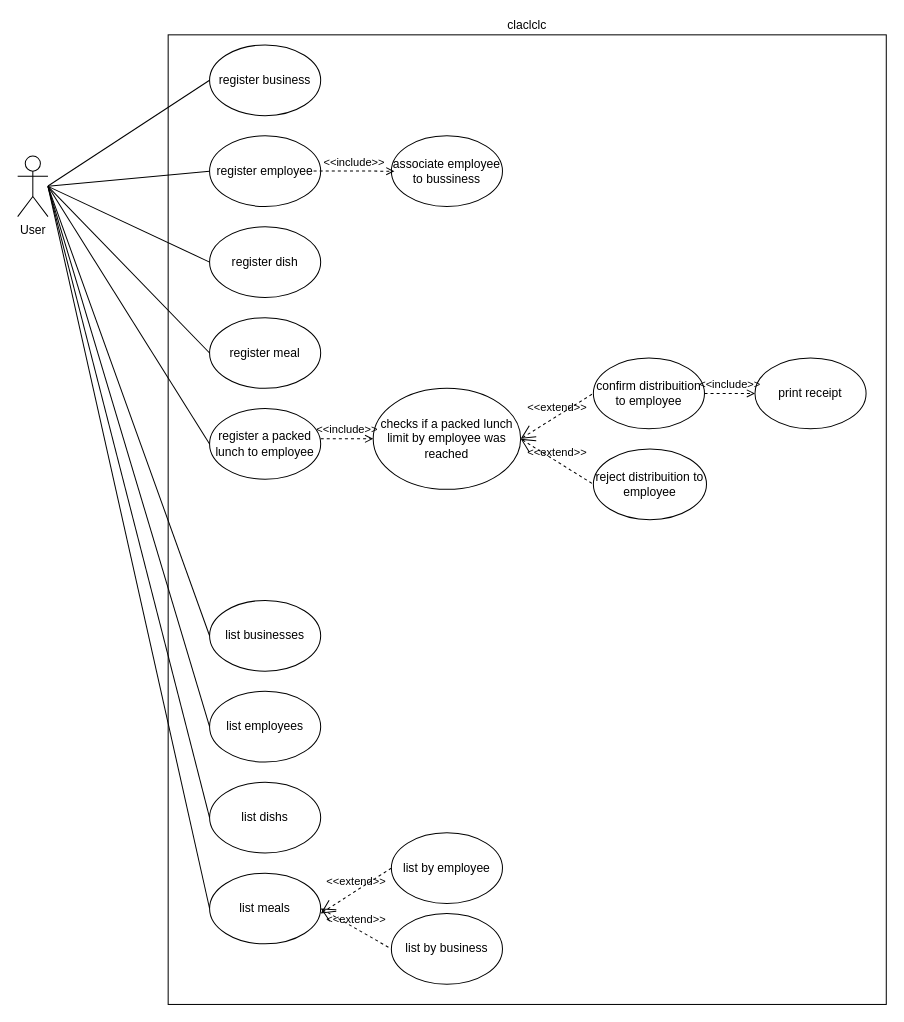
garfada/garfada-documentation keeps this draw.io diagram as diagrams/uml/use cases.drawio. Above is the earlier version. Source tidied: cells renumbered, new cells numbered last; positions are measured from the earlier drawing's top-left corner, leaving out a move shared by most shapes. Both pictures are drawn from the tidied source at 101%, with x=0, y=0 at pixel (17, 34).
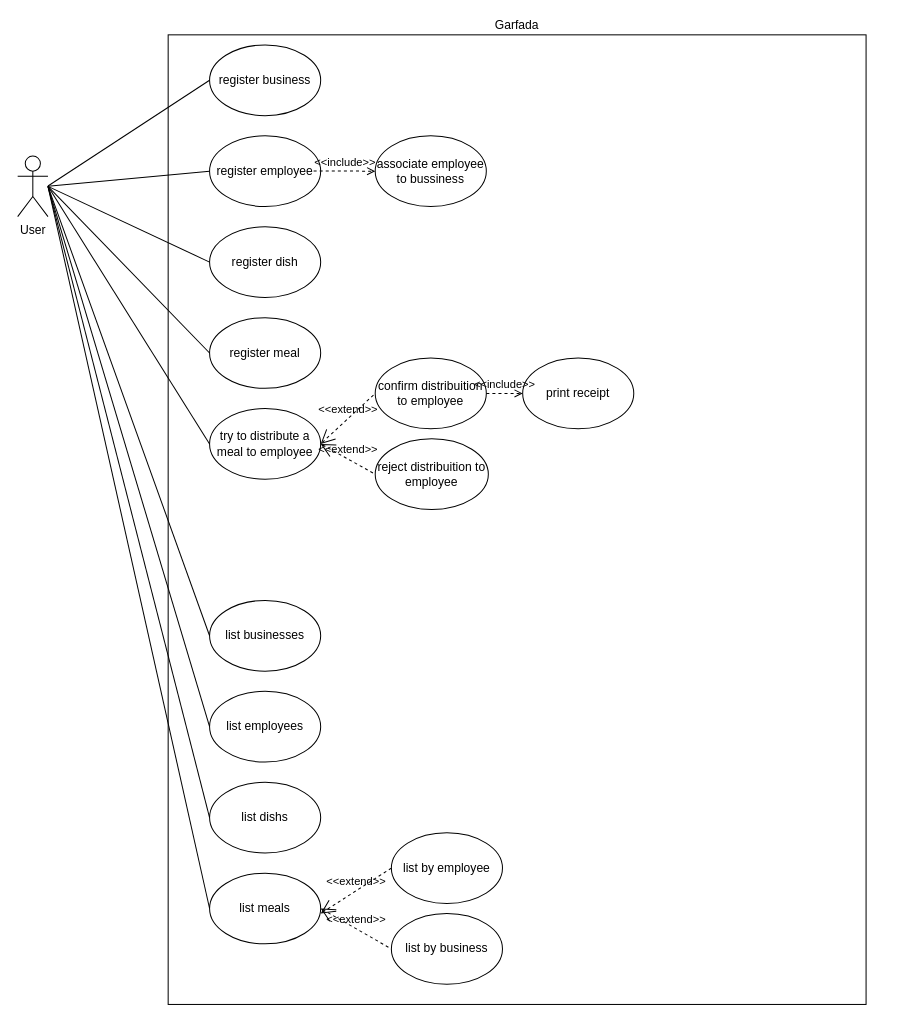
Above is the later version.

Commit message:
rename to meal and remove a middle use case

The edit, as a diff of the source:
```diff
@@
-    <mxCell id="2" value="claclclc" style="rounded=0;whiteSpace=wrap;html=1;labelPosition=center;verticalLabelPosition=top;align=center;verticalAlign=bottom;" parent="1" vertex="1">
-      <mxGeometry x="149" width="711" height="960" as="geometry" />
+    <mxCell id="2" value="&lt;div&gt;&lt;span&gt;Garfada&lt;/span&gt;&lt;/div&gt;" style="rounded=0;whiteSpace=wrap;html=1;labelPosition=center;verticalLabelPosition=top;align=center;verticalAlign=bottom;" parent="1" vertex="1">
+      <mxGeometry x="149" width="691" height="960" as="geometry" />
     </mxCell>
@@
-    <mxCell id="8" value="register a packed lunch to employee" style="ellipse;whiteSpace=wrap;html=1;" parent="1" vertex="1">
+    <mxCell id="8" value="try to distribute a meal to employee" style="ellipse;whiteSpace=wrap;html=1;" parent="1" vertex="1">
       <mxGeometry x="190" y="370" width="110" height="70" as="geometry" />
     </mxCell>
     <mxCell id="9" value="&lt;div&gt;associate employee&lt;/div&gt;&lt;div&gt;to bussiness&lt;br&gt;&lt;/div&gt;" style="ellipse;whiteSpace=wrap;html=1;" parent="1" vertex="1">
-      <mxGeometry x="370" y="100" width="110" height="70" as="geometry" />
+      <mxGeometry x="354" y="100" width="110" height="70" as="geometry" />
     </mxCell>
-    <mxCell id="10" value="&amp;lt;&amp;lt;include&amp;gt;&amp;gt;" style="edgeStyle=none;html=1;endArrow=open;verticalAlign=bottom;dashed=1;labelBackgroundColor=none;rounded=0;entryX=0;entryY=0.5;entryDx=0;entryDy=0;" parent="1" edge="1">
+    <mxCell id="10" value="&amp;lt;&amp;lt;include&amp;gt;&amp;gt;" style="edgeStyle=none;html=1;endArrow=open;verticalAlign=bottom;dashed=1;labelBackgroundColor=none;rounded=0;entryX=0;entryY=0.5;entryDx=0;entryDy=0;" parent="1" edge="1" target="9">
       <mxGeometry relative="1" as="geometry">
         <mxPoint x="293" y="134.7" as="sourcePoint" />
-        <mxPoint x="373" y="135" as="targetPoint" />
       </mxGeometry>
     </mxCell>
-    <mxCell id="11" value="checks if a packed lunch limit by employee was reached " style="ellipse;whiteSpace=wrap;html=1;" parent="1" vertex="1">
-      <mxGeometry x="352" y="350" width="146" height="100" as="geometry" />
-    </mxCell>
-    <mxCell id="12" value="&amp;lt;&amp;lt;include&amp;gt;&amp;gt;" style="edgeStyle=none;html=1;endArrow=open;verticalAlign=bottom;dashed=1;labelBackgroundColor=none;rounded=0;entryX=0;entryY=0.5;entryDx=0;entryDy=0;" parent="1" edge="1" target="11">
-      <mxGeometry relative="1" as="geometry">
-        <mxPoint x="300" y="400" as="sourcePoint" />
-      </mxGeometry>
-    </mxCell>
     <mxCell id="13" value="confirm distribuition to employee" style="ellipse;whiteSpace=wrap;html=1;" parent="1" vertex="1">
-      <mxGeometry x="570" y="320" width="110" height="70" as="geometry" />
+      <mxGeometry x="354" y="320" width="110" height="70" as="geometry" />
     </mxCell>
     <mxCell id="14" value="reject distribuition to employee" style="ellipse;whiteSpace=wrap;html=1;" parent="1" vertex="1">
-      <mxGeometry x="570" y="410" width="112" height="70" as="geometry" />
+      <mxGeometry x="354" y="400" width="112" height="70" as="geometry" />
     </mxCell>
-    <mxCell id="15" value="&amp;lt;&amp;lt;extend&amp;gt;&amp;gt;" style="edgeStyle=none;html=1;startArrow=open;endArrow=none;startSize=12;verticalAlign=bottom;dashed=1;labelBackgroundColor=none;rounded=0;entryX=0;entryY=0.5;entryDx=0;entryDy=0;exitX=1;exitY=0.5;exitDx=0;exitDy=0;" parent="1" edge="1" source="11" target="13">
+    <mxCell id="15" value="&amp;lt;&amp;lt;extend&amp;gt;&amp;gt;" style="edgeStyle=none;html=1;startArrow=open;endArrow=none;startSize=12;verticalAlign=bottom;dashed=1;labelBackgroundColor=none;rounded=0;entryX=0;entryY=0.5;entryDx=0;entryDy=0;exitX=1;exitY=0.5;exitDx=0;exitDy=0;" parent="1" edge="1" source="8" target="13">
       <mxGeometry relative="1" as="geometry" />
     </mxCell>
-    <mxCell id="16" value="&amp;lt;&amp;lt;extend&amp;gt;&amp;gt;" style="edgeStyle=none;html=1;startArrow=open;endArrow=none;startSize=12;verticalAlign=bottom;dashed=1;labelBackgroundColor=none;rounded=0;entryX=0;entryY=0.5;entryDx=0;entryDy=0;exitX=1;exitY=0.5;exitDx=0;exitDy=0;" parent="1" edge="1" source="11" target="14">
+    <mxCell id="16" value="&amp;lt;&amp;lt;extend&amp;gt;&amp;gt;" style="edgeStyle=none;html=1;startArrow=open;endArrow=none;startSize=12;verticalAlign=bottom;dashed=1;labelBackgroundColor=none;rounded=0;entryX=0;entryY=0.5;entryDx=0;entryDy=0;exitX=1;exitY=0.5;exitDx=0;exitDy=0;" parent="1" edge="1" source="8" target="14">
       <mxGeometry relative="1" as="geometry" />
     </mxCell>
@@
     <mxCell id="34" value="print receipt" style="ellipse;whiteSpace=wrap;html=1;" parent="1" vertex="1">
-      <mxGeometry x="730" y="320" width="110" height="70" as="geometry" />
+      <mxGeometry x="500" y="320" width="110" height="70" as="geometry" />
     </mxCell>
```
